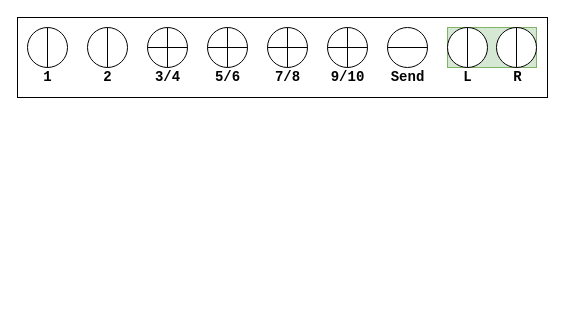
This is mixer.drawio from pfig/transmission, a draw.io file, before an edit. Source tidied: cells renumbered, new cells numbered last; positions are measured from the earlier drawing's top-left corner, leaving out a move shared by most shapes. Both pictures are drawn from the tidied source at 100%, with x=0, y=0 at pixel (17, 17).
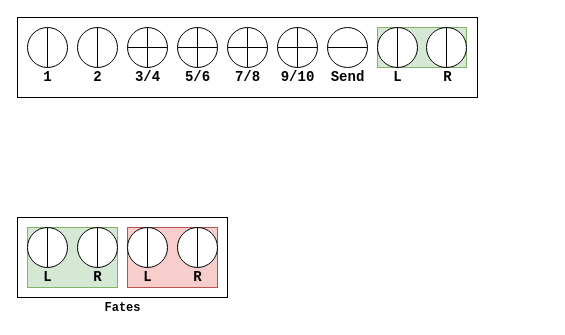
After the change.

Change to the diagram source:
```diff
@@
-    <mxCell id="2" style="group;" parent="1" vertex="1">
-      <mxGeometry width="530" height="80" as="geometry" />
-    </mxCell>
+    <mxCell id="34" style="group;" parent="1" vertex="1">
+      <mxGeometry width="460" height="80" as="geometry" />
+    </mxCell>
-    <mxCell id="3" style="whiteSpace=wrap;html=1;fontFamily=Courier New;fontSize=14;" parent="2" vertex="1">
-      <mxGeometry width="530" height="80" as="geometry" />
+    <mxCell id="3" style="whiteSpace=wrap;html=1;fontFamily=Courier New;fontSize=14;" parent="34" vertex="1">
+      <mxGeometry width="460" height="80" as="geometry" />
     </mxCell>
-    <mxCell id="4" style="group;" parent="2" vertex="1">
-      <mxGeometry x="10" y="10" width="509" height="60" as="geometry" />
-    </mxCell>
-    <mxCell id="5" style="group;" parent="4" vertex="1">
-      <mxGeometry x="420" width="89" height="60" as="geometry" />
+    <mxCell id="5" style="group;" parent="34" vertex="1">
+      <mxGeometry x="360" y="10" width="89" height="60" as="geometry" />
     </mxCell>
@@
-    <mxCell id="13" style="group;" parent="4" vertex="1">
-      <mxGeometry x="355" width="50" height="60" as="geometry" />
+    <mxCell id="13" style="group;" parent="34" vertex="1">
+      <mxGeometry x="305" y="10" width="50" height="60" as="geometry" />
     </mxCell>
@@
-    <mxCell id="16" style="group;" parent="4" vertex="1">
-      <mxGeometry x="295" width="50" height="60" as="geometry" />
-    </mxCell>
-    <mxCell id="17" style="shape=orEllipse;perimeter=ellipsePerimeter;whiteSpace=wrap;html=1;backgroundOutline=1;" parent="16" vertex="1">
-      <mxGeometry x="5" width="40" height="40" as="geometry" />
-    </mxCell>
-    <mxCell id="18" value="9/10" style="text;html=1;align=center;verticalAlign=middle;fillColor=none;strokeColor=none;rounded=0;fontFamily=Courier New;fontStyle=1;fontSize=14;" parent="16" vertex="1">
-      <mxGeometry y="40" width="50" height="20" as="geometry" />
-    </mxCell>
-    <mxCell id="19" style="group;" parent="4" vertex="1">
-      <mxGeometry x="240" width="40" height="60" as="geometry" />
+    <mxCell id="19" style="group;" parent="34" vertex="1">
+      <mxGeometry x="210" y="10" width="40" height="60" as="geometry" />
     </mxCell>
@@
-    <mxCell id="22" style="group;" parent="4" vertex="1">
-      <mxGeometry x="180" width="40" height="60" as="geometry" />
+    <mxCell id="22" style="group;" parent="34" vertex="1">
+      <mxGeometry x="160" y="10" width="40" height="60" as="geometry" />
     </mxCell>
@@
-    <mxCell id="25" style="group;" parent="4" vertex="1">
-      <mxGeometry x="120" width="40" height="60" as="geometry" />
+    <mxCell id="25" style="group;" parent="34" vertex="1">
+      <mxGeometry x="110" y="10" width="40" height="60" as="geometry" />
     </mxCell>
@@
-    <mxCell id="28" style="group;" parent="4" vertex="1">
-      <mxGeometry x="60" width="40" height="60" as="geometry" />
+    <mxCell id="28" style="group;" parent="34" vertex="1">
+      <mxGeometry x="60" y="10" width="40" height="60" as="geometry" />
     </mxCell>
@@
-    <mxCell id="31" style="group;" parent="4" vertex="1">
-      <mxGeometry width="40" height="60" as="geometry" />
+    <mxCell id="31" style="group;" parent="34" vertex="1">
+      <mxGeometry x="10" y="10" width="40" height="60" as="geometry" />
     </mxCell>
@@
+    <mxCell id="35" style="group;" parent="34" vertex="1">
+      <mxGeometry x="260" y="10" width="45" height="60" as="geometry" />
+    </mxCell>
+    <mxCell id="36" style="shape=orEllipse;perimeter=ellipsePerimeter;whiteSpace=wrap;html=1;backgroundOutline=1;" parent="35" vertex="1">
+      <mxGeometry width="40" height="40" as="geometry" />
+    </mxCell>
+    <mxCell id="18" value="9/10" style="text;html=1;align=center;verticalAlign=middle;fillColor=none;strokeColor=none;rounded=0;fontFamily=Courier New;fontStyle=1;fontSize=14;" parent="35" vertex="1">
+      <mxGeometry x="-5" y="40" width="50" height="20" as="geometry" />
+    </mxCell>
+    <mxCell id="37" style="group;" parent="1" vertex="1">
+      <mxGeometry y="200" width="210" height="100" as="geometry" />
+    </mxCell>
+    <mxCell id="38" style="whiteSpace=wrap;html=1;fontFamily=Courier New;fontSize=14;" parent="37" vertex="1">
+      <mxGeometry width="210" height="80" as="geometry" />
+    </mxCell>
+    <mxCell id="39" style="group;fillColor=#d5e8d4;strokeColor=#82b366;" parent="37" vertex="1">
+      <mxGeometry x="10" y="10" width="90" height="60" as="geometry" />
+    </mxCell>
+    <mxCell id="40" style="shape=lineEllipse;line=vertical;perimeter=ellipsePerimeter;whiteSpace=wrap;html=1;backgroundOutline=1;" parent="39" vertex="1">
+      <mxGeometry width="40" height="40" as="geometry" />
+    </mxCell>
+    <mxCell id="41" style="shape=lineEllipse;line=vertical;perimeter=ellipsePerimeter;whiteSpace=wrap;html=1;backgroundOutline=1;" parent="39" vertex="1">
+      <mxGeometry x="50" width="40" height="40" as="geometry" />
+    </mxCell>
+    <mxCell id="42" value="L" style="text;html=1;align=center;verticalAlign=middle;fillColor=none;strokeColor=none;rounded=0;fontFamily=Courier New;fontStyle=1;fontSize=14;" parent="39" vertex="1">
+      <mxGeometry x="10" y="40" width="20" height="20" as="geometry" />
+    </mxCell>
+    <mxCell id="43" value="R" style="text;html=1;align=center;verticalAlign=middle;fillColor=none;strokeColor=none;rounded=0;fontFamily=Courier New;fontStyle=1;fontSize=14;" parent="39" vertex="1">
+      <mxGeometry x="60" y="40" width="20" height="20" as="geometry" />
+    </mxCell>
+    <mxCell id="44" style="group;fillColor=#f8cecc;strokeColor=#b85450;" parent="37" vertex="1">
+      <mxGeometry x="110" y="10" width="90" height="60" as="geometry" />
+    </mxCell>
+    <mxCell id="45" style="shape=lineEllipse;line=vertical;perimeter=ellipsePerimeter;whiteSpace=wrap;html=1;backgroundOutline=1;" parent="44" vertex="1">
+      <mxGeometry width="40" height="40" as="geometry" />
+    </mxCell>
+    <mxCell id="46" style="shape=lineEllipse;line=vertical;perimeter=ellipsePerimeter;whiteSpace=wrap;html=1;backgroundOutline=1;" parent="44" vertex="1">
+      <mxGeometry x="50" width="40" height="40" as="geometry" />
+    </mxCell>
+    <mxCell id="47" value="L" style="text;html=1;align=center;verticalAlign=middle;fillColor=none;strokeColor=none;rounded=0;fontFamily=Courier New;fontStyle=1;fontSize=14;" parent="44" vertex="1">
+      <mxGeometry x="10" y="40" width="20" height="20" as="geometry" />
+    </mxCell>
+    <mxCell id="48" value="R" style="text;html=1;align=center;verticalAlign=middle;fillColor=none;strokeColor=none;rounded=0;fontFamily=Courier New;fontStyle=1;fontSize=14;" parent="44" vertex="1">
+      <mxGeometry x="60" y="40" width="20" height="20" as="geometry" />
+    </mxCell>
+    <mxCell id="49" value="&lt;b&gt;&lt;font style=&quot;font-size: 12px&quot;&gt;Fates&lt;/font&gt;&lt;/b&gt;" style="text;html=1;align=center;verticalAlign=middle;fillColor=none;strokeColor=none;rounded=0;fontFamily=Courier New;fontSize=14;" parent="37" vertex="1">
+      <mxGeometry x="80" y="80" width="50" height="20" as="geometry" />
+    </mxCell>
```
